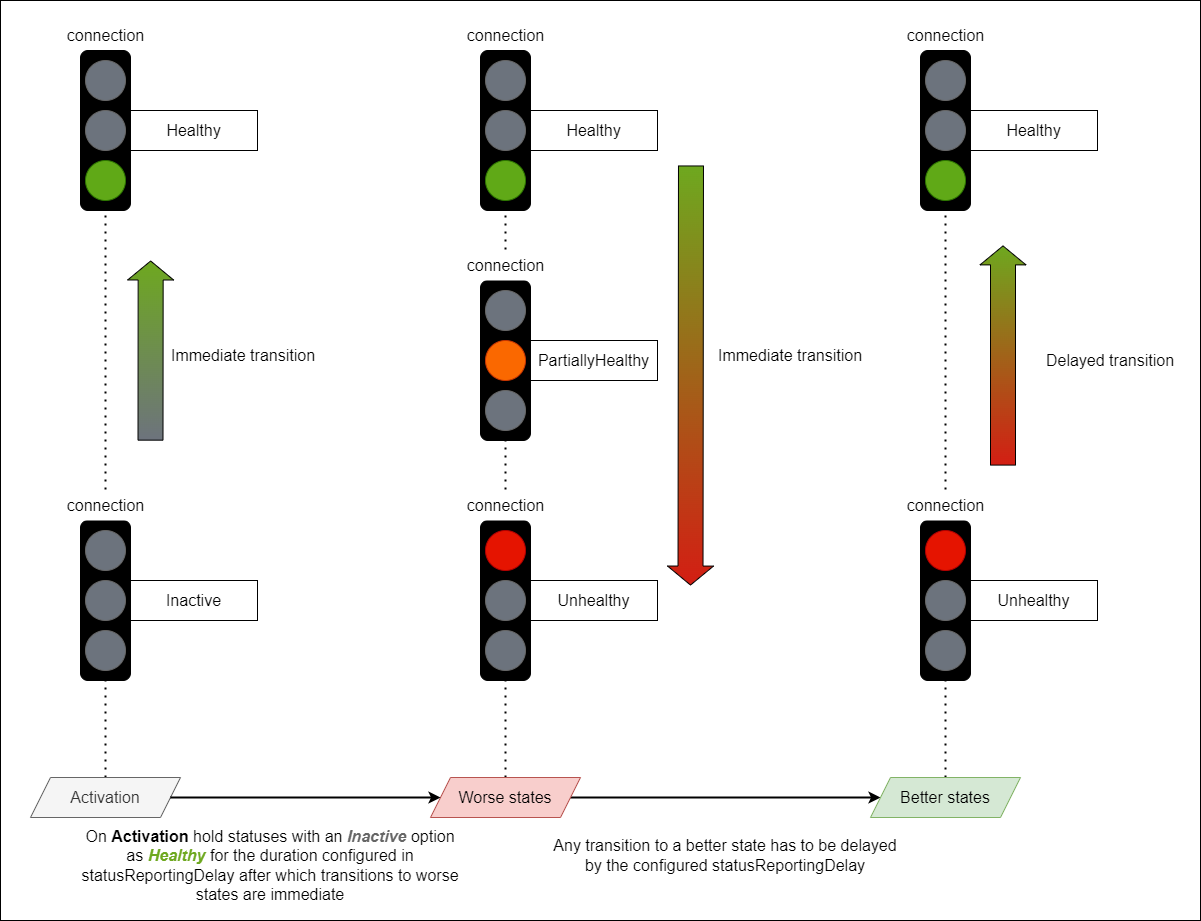
AMWA-TV/bcp-008-01 keeps this draw.io diagram as docs/images/status-reporting-delay.png. Above is the earlier version. Source tidied: cells renumbered, new cells last; positions are measured from the earlier drawing's top-left corner, leaving out a move shared by most shapes.
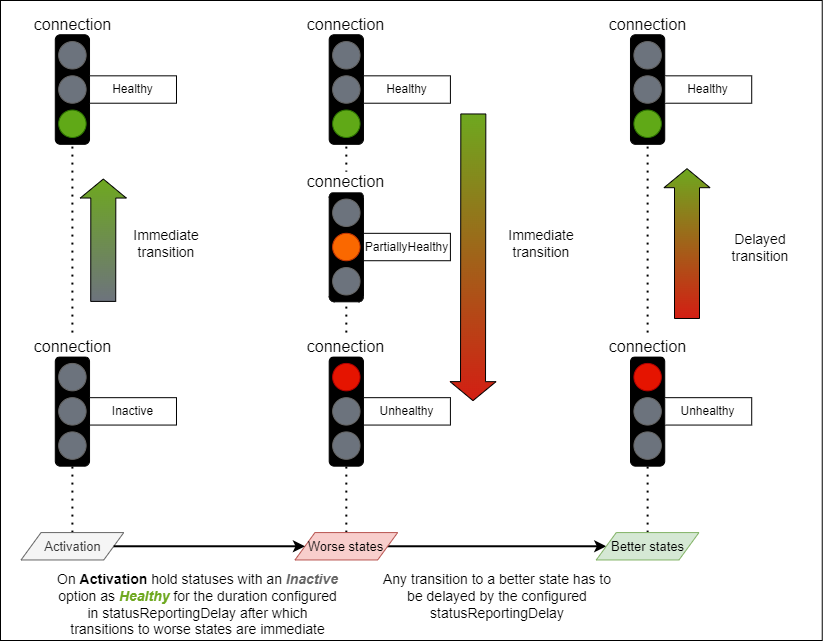
The same diagram one commit later.

Change to the diagram source:
```diff
@@ -5,3 +5,3 @@
     <mxCell id="2" style="rounded=0;whiteSpace=wrap;html=1;" parent="1" vertex="1">
-      <mxGeometry width="1200" height="920" as="geometry" />
+      <mxGeometry width="821.7" height="640" as="geometry" />
     </mxCell>
@@ -11,33 +11,33 @@
     <mxCell id="4" style="rounded=1;whiteSpace=wrap;html=1;fillColor=#000000;" parent="1" vertex="1">
-      <mxGeometry x="80" y="50" width="50" height="160" as="geometry" />
+      <mxGeometry x="54.8" y="34.2" width="34.2" height="109.6" as="geometry" />
     </mxCell>
     <mxCell id="5" style="ellipse;whiteSpace=wrap;html=1;fillColor=#6C737D;fontColor=#333333;strokeColor=#666666;" parent="1" vertex="1">
-      <mxGeometry x="85" y="60" width="40" height="40" as="geometry" />
+      <mxGeometry x="58.2" y="41.1" width="27.4" height="27.4" as="geometry" />
     </mxCell>
     <mxCell id="6" style="ellipse;whiteSpace=wrap;html=1;fillColor=#6C737D;fontColor=#333333;strokeColor=#666666;align=center;verticalAlign=middle;fontFamily=Helvetica;fontSize=12;" parent="1" vertex="1">
-      <mxGeometry x="85" y="110" width="40" height="40" as="geometry" />
+      <mxGeometry x="58.2" y="75.3" width="27.4" height="27.4" as="geometry" />
     </mxCell>
     <mxCell id="7" style="ellipse;whiteSpace=wrap;html=1;fillColor=#60a917;fontColor=#ffffff;strokeColor=#2D7600;align=center;verticalAlign=middle;fontFamily=Helvetica;fontSize=12;" parent="1" vertex="1">
-      <mxGeometry x="85" y="160" width="40" height="40" as="geometry" />
+      <mxGeometry x="58.2" y="109.6" width="27.4" height="27.4" as="geometry" />
     </mxCell>
     <mxCell id="8" value="connection" style="text;html=1;align=center;verticalAlign=middle;whiteSpace=wrap;rounded=0;fontSize=16;" parent="1" vertex="1">
-      <mxGeometry x="47.5" y="20" width="115" height="30" as="geometry" />
+      <mxGeometry x="32.5" y="13.7" width="78.8" height="20.5" as="geometry" />
     </mxCell>
-    <mxCell id="9" value="Healthy" style="rounded=0;whiteSpace=wrap;html=1;fontSize=16;" parent="1" vertex="1">
-      <mxGeometry x="130" y="110" width="127" height="40" as="geometry" />
+    <mxCell id="9" value="Healthy" style="rounded=0;whiteSpace=wrap;html=1;fontSize=12;" parent="1" vertex="1">
+      <mxGeometry x="89" y="75.3" width="87" height="27.4" as="geometry" />
     </mxCell>
     <mxCell id="10" style="rounded=1;whiteSpace=wrap;html=1;fillColor=#000000;" parent="1" vertex="1">
-      <mxGeometry x="80" y="520" width="50" height="160" as="geometry" />
+      <mxGeometry x="54.8" y="356.1" width="34.2" height="109.6" as="geometry" />
     </mxCell>
     <mxCell id="11" style="ellipse;whiteSpace=wrap;html=1;fillColor=#6C737D;fontColor=#333333;strokeColor=#666666;" parent="1" vertex="1">
-      <mxGeometry x="85" y="530" width="40" height="40" as="geometry" />
+      <mxGeometry x="58.2" y="362.9" width="27.4" height="27.4" as="geometry" />
     </mxCell>
     <mxCell id="12" style="ellipse;whiteSpace=wrap;html=1;fillColor=#6C737D;fontColor=#333333;strokeColor=#666666;align=center;verticalAlign=middle;fontFamily=Helvetica;fontSize=12;" parent="1" vertex="1">
-      <mxGeometry x="85" y="580" width="40" height="40" as="geometry" />
+      <mxGeometry x="58.2" y="397.2" width="27.4" height="27.4" as="geometry" />
     </mxCell>
     <mxCell id="13" style="ellipse;whiteSpace=wrap;html=1;fillColor=#6C737D;fontColor=#333333;strokeColor=#666666;align=center;verticalAlign=middle;fontFamily=Helvetica;fontSize=12;" parent="1" vertex="1">
-      <mxGeometry x="85" y="630" width="40" height="40" as="geometry" />
+      <mxGeometry x="58.2" y="431.4" width="27.4" height="27.4" as="geometry" />
     </mxCell>
-    <mxCell id="14" value="Inactive" style="rounded=0;whiteSpace=wrap;html=1;fontSize=16;" parent="1" vertex="1">
-      <mxGeometry x="130" y="580" width="127" height="40" as="geometry" />
+    <mxCell id="14" value="Inactive" style="rounded=0;whiteSpace=wrap;html=1;fontSize=12;" parent="1" vertex="1">
+      <mxGeometry x="89" y="397.2" width="87" height="27.4" as="geometry" />
     </mxCell>
@@ -45,14 +45,14 @@
       <mxGeometry relative="1" as="geometry">
-        <mxPoint x="150" y="440.1" as="sourcePoint" />
-        <mxPoint x="150.2" y="260" as="targetPoint" />
+        <mxPoint x="102.7" y="301.4" as="sourcePoint" />
+        <mxPoint x="102.8" y="178" as="targetPoint" />
       </mxGeometry>
     </mxCell>
-    <mxCell id="16" value="Immediate transition" style="text;html=1;align=center;verticalAlign=middle;whiteSpace=wrap;rounded=0;fontSize=16;" parent="1" vertex="1">
-      <mxGeometry x="162.5" y="340" width="160" height="30" as="geometry" />
+    <mxCell id="16" value="Immediate transition" style="text;html=1;align=center;verticalAlign=middle;whiteSpace=wrap;rounded=0;fontSize=14;" parent="1" vertex="1">
+      <mxGeometry x="111.3" y="232.8" width="109.6" height="20.5" as="geometry" />
     </mxCell>
     <mxCell id="17" value="connection" style="text;html=1;align=center;verticalAlign=middle;whiteSpace=wrap;rounded=0;fontSize=16;fillColor=default;" parent="1" vertex="1">
-      <mxGeometry x="47.5" y="490" width="115" height="30" as="geometry" />
+      <mxGeometry x="32.5" y="335.5" width="78.8" height="20.5" as="geometry" />
     </mxCell>
-    <mxCell id="18" value="Activation" style="shape=parallelogram;perimeter=parallelogramPerimeter;whiteSpace=wrap;html=1;fixedSize=1;fontSize=16;fillColor=#f5f5f5;strokeColor=#666666;fontColor=#333333;" parent="1" vertex="1">
-      <mxGeometry x="30" y="777" width="150" height="40" as="geometry" />
+    <mxCell id="18" value="Activation" style="shape=parallelogram;perimeter=parallelogramPerimeter;whiteSpace=wrap;html=1;fixedSize=1;fontSize=13;fillColor=#f5f5f5;strokeColor=#666666;fontColor=#333333;" parent="1" vertex="1">
+      <mxGeometry x="20.5" y="532.1" width="102.7" height="27.4" as="geometry" />
     </mxCell>
@@ -62,39 +62,39 @@
     <mxCell id="20" style="rounded=1;whiteSpace=wrap;html=1;fillColor=#000000;" parent="1" vertex="1">
-      <mxGeometry x="480" y="50" width="50" height="160" as="geometry" />
+      <mxGeometry x="328.7" y="34.2" width="34.2" height="109.6" as="geometry" />
     </mxCell>
     <mxCell id="21" style="ellipse;whiteSpace=wrap;html=1;fillColor=#6C737D;fontColor=#333333;strokeColor=#666666;" parent="1" vertex="1">
-      <mxGeometry x="485" y="60" width="40" height="40" as="geometry" />
+      <mxGeometry x="332.1" y="41.1" width="27.4" height="27.4" as="geometry" />
     </mxCell>
     <mxCell id="22" style="ellipse;whiteSpace=wrap;html=1;fillColor=#6C737D;fontColor=#333333;strokeColor=#666666;align=center;verticalAlign=middle;fontFamily=Helvetica;fontSize=12;" parent="1" vertex="1">
-      <mxGeometry x="485" y="110" width="40" height="40" as="geometry" />
+      <mxGeometry x="332.1" y="75.3" width="27.4" height="27.4" as="geometry" />
     </mxCell>
     <mxCell id="23" style="ellipse;whiteSpace=wrap;html=1;fillColor=#60a917;fontColor=#ffffff;strokeColor=#2D7600;align=center;verticalAlign=middle;fontFamily=Helvetica;fontSize=12;" parent="1" vertex="1">
-      <mxGeometry x="485" y="160" width="40" height="40" as="geometry" />
+      <mxGeometry x="332.1" y="109.6" width="27.4" height="27.4" as="geometry" />
     </mxCell>
     <mxCell id="24" value="connection" style="text;html=1;align=center;verticalAlign=middle;whiteSpace=wrap;rounded=0;fontSize=16;" parent="1" vertex="1">
-      <mxGeometry x="447.5" y="20" width="115" height="30" as="geometry" />
+      <mxGeometry x="306.4" y="13.7" width="78.8" height="20.5" as="geometry" />
     </mxCell>
-    <mxCell id="25" value="Healthy" style="rounded=0;whiteSpace=wrap;html=1;fontSize=16;" parent="1" vertex="1">
-      <mxGeometry x="530" y="110" width="127" height="40" as="geometry" />
+    <mxCell id="25" value="Healthy" style="rounded=0;whiteSpace=wrap;html=1;fontSize=12;" parent="1" vertex="1">
+      <mxGeometry x="362.9" y="75.3" width="87" height="27.4" as="geometry" />
     </mxCell>
     <mxCell id="26" style="rounded=1;whiteSpace=wrap;html=1;fillColor=#000000;" parent="1" vertex="1">
-      <mxGeometry x="480" y="520" width="50" height="160" as="geometry" />
+      <mxGeometry x="328.7" y="356.1" width="34.2" height="109.6" as="geometry" />
     </mxCell>
     <mxCell id="27" style="ellipse;whiteSpace=wrap;html=1;fillColor=#e51400;fontColor=#ffffff;strokeColor=#B20000;" parent="1" vertex="1">
-      <mxGeometry x="485" y="530" width="40" height="40" as="geometry" />
+      <mxGeometry x="332.1" y="362.9" width="27.4" height="27.4" as="geometry" />
     </mxCell>
     <mxCell id="28" style="ellipse;whiteSpace=wrap;html=1;fillColor=#6C737D;fontColor=#333333;strokeColor=#666666;align=center;verticalAlign=middle;fontFamily=Helvetica;fontSize=12;" parent="1" vertex="1">
-      <mxGeometry x="485" y="580" width="40" height="40" as="geometry" />
+      <mxGeometry x="332.1" y="397.2" width="27.4" height="27.4" as="geometry" />
     </mxCell>
     <mxCell id="29" style="ellipse;whiteSpace=wrap;html=1;fillColor=#6C737D;fontColor=#333333;strokeColor=#666666;align=center;verticalAlign=middle;fontFamily=Helvetica;fontSize=12;" parent="1" vertex="1">
-      <mxGeometry x="485" y="630" width="40" height="40" as="geometry" />
+      <mxGeometry x="332.1" y="431.4" width="27.4" height="27.4" as="geometry" />
     </mxCell>
-    <mxCell id="30" value="Unhealthy" style="rounded=0;whiteSpace=wrap;html=1;fontSize=16;" parent="1" vertex="1">
-      <mxGeometry x="530" y="580" width="127" height="40" as="geometry" />
+    <mxCell id="30" value="Unhealthy" style="rounded=0;whiteSpace=wrap;html=1;fontSize=12;" parent="1" vertex="1">
+      <mxGeometry x="362.9" y="397.2" width="87" height="27.4" as="geometry" />
     </mxCell>
-    <mxCell id="31" value="Immediate transition" style="text;html=1;align=center;verticalAlign=middle;whiteSpace=wrap;rounded=0;fontSize=16;" parent="1" vertex="1">
-      <mxGeometry x="710" y="340" width="160" height="30" as="geometry" />
+    <mxCell id="31" value="Immediate transition" style="text;html=1;align=center;verticalAlign=middle;whiteSpace=wrap;rounded=0;fontSize=14;" parent="1" vertex="1">
+      <mxGeometry x="486.2" y="232.8" width="109.6" height="20.5" as="geometry" />
     </mxCell>
     <mxCell id="32" value="connection" style="text;html=1;align=center;verticalAlign=middle;whiteSpace=wrap;rounded=0;fontSize=16;fillColor=default;" parent="1" vertex="1">
-      <mxGeometry x="447.5" y="490" width="115" height="30" as="geometry" />
+      <mxGeometry x="306.4" y="335.5" width="78.8" height="20.5" as="geometry" />
     </mxCell>
@@ -103,4 +103,4 @@
     </mxCell>
-    <mxCell id="34" value="Worse states" style="shape=parallelogram;perimeter=parallelogramPerimeter;whiteSpace=wrap;html=1;fixedSize=1;fontSize=16;fillColor=#f8cecc;strokeColor=#b85450;" parent="1" vertex="1">
-      <mxGeometry x="430" y="777" width="150" height="40" as="geometry" />
+    <mxCell id="34" value="Worse states" style="shape=parallelogram;perimeter=parallelogramPerimeter;whiteSpace=wrap;html=1;fixedSize=1;fontSize=13;fillColor=#f8cecc;strokeColor=#b85450;" parent="1" vertex="1">
+      <mxGeometry x="294.5" y="532.1" width="102.7" height="27.4" as="geometry" />
     </mxCell>
@@ -109,4 +109,4 @@
     </mxCell>
-    <mxCell id="36" value="On &lt;b&gt;Activation &lt;/b&gt;hold statuses with an &lt;font color=&quot;#666666&quot;&gt;&lt;b&gt;&lt;i&gt;Inactive &lt;/i&gt;&lt;/b&gt;&lt;/font&gt;option as &lt;font color=&quot;#6ea81f&quot;&gt;&lt;i&gt;&lt;b&gt;Healthy&lt;/b&gt; &lt;/i&gt;&lt;/font&gt;for the duration configured in statusReportingDelay after which transitions to worse states are immediate" style="text;html=1;align=center;verticalAlign=middle;whiteSpace=wrap;rounded=0;fontSize=16;" parent="1" vertex="1">
-      <mxGeometry x="80" y="830" width="380" height="70" as="geometry" />
+    <mxCell id="36" value="&lt;font&gt;On &lt;b&gt;Activation &lt;/b&gt;hold statuses with an &lt;font color=&quot;#666666&quot;&gt;&lt;b&gt;&lt;i&gt;Inactive &lt;/i&gt;&lt;/b&gt;&lt;/font&gt;option as &lt;font color=&quot;#6ea81f&quot;&gt;&lt;i&gt;&lt;b&gt;Healthy&lt;/b&gt; &lt;/i&gt;&lt;/font&gt;for the duration configured in statusReportingDelay after which transitions to worse states are immediate&lt;/font&gt;" style="text;html=1;align=center;verticalAlign=middle;whiteSpace=wrap;rounded=0;fontSize=14;" parent="1" vertex="1">
+      <mxGeometry x="54.8" y="568.4" width="285.2" height="71.6" as="geometry" />
     </mxCell>
@@ -114,4 +114,4 @@
       <mxGeometry relative="1" as="geometry">
-        <mxPoint x="690.5" y="164.9" as="sourcePoint" />
-        <mxPoint x="690" y="585" as="targetPoint" />
+        <mxPoint x="472.8" y="113" as="sourcePoint" />
+        <mxPoint x="472.5" y="400.6" as="targetPoint" />
       </mxGeometry>
@@ -119,18 +119,18 @@
     <mxCell id="38" style="rounded=1;whiteSpace=wrap;html=1;fillColor=#000000;" parent="1" vertex="1">
-      <mxGeometry x="480" y="280" width="50" height="160" as="geometry" />
+      <mxGeometry x="328.7" y="191.7" width="34.2" height="109.6" as="geometry" />
     </mxCell>
     <mxCell id="39" style="ellipse;whiteSpace=wrap;html=1;fillColor=#6C737D;fontColor=#333333;strokeColor=#666666;" parent="1" vertex="1">
-      <mxGeometry x="485" y="290" width="40" height="40" as="geometry" />
+      <mxGeometry x="332.1" y="198.6" width="27.4" height="27.4" as="geometry" />
     </mxCell>
     <mxCell id="40" style="ellipse;whiteSpace=wrap;html=1;fillColor=#fa6800;fontColor=#000000;strokeColor=#C73500;align=center;verticalAlign=middle;fontFamily=Helvetica;fontSize=12;" parent="1" vertex="1">
-      <mxGeometry x="485" y="340" width="40" height="40" as="geometry" />
+      <mxGeometry x="332.1" y="232.8" width="27.4" height="27.4" as="geometry" />
     </mxCell>
     <mxCell id="41" style="ellipse;whiteSpace=wrap;html=1;fillColor=#6C737D;fontColor=#333333;strokeColor=#666666;align=center;verticalAlign=middle;fontFamily=Helvetica;fontSize=12;" parent="1" vertex="1">
-      <mxGeometry x="485" y="390" width="40" height="40" as="geometry" />
+      <mxGeometry x="332.1" y="267.1" width="27.4" height="27.4" as="geometry" />
     </mxCell>
     <mxCell id="42" value="connection" style="text;html=1;align=center;verticalAlign=middle;whiteSpace=wrap;rounded=0;fontSize=16;fillColor=default;" parent="1" vertex="1">
-      <mxGeometry x="447.5" y="250" width="115" height="30" as="geometry" />
+      <mxGeometry x="306.4" y="171.2" width="78.8" height="20.5" as="geometry" />
     </mxCell>
-    <mxCell id="43" value="PartiallyHealthy" style="rounded=0;whiteSpace=wrap;html=1;fontSize=16;" parent="1" vertex="1">
-      <mxGeometry x="530" y="340" width="127" height="40" as="geometry" />
+    <mxCell id="43" value="PartiallyHealthy" style="rounded=0;whiteSpace=wrap;html=1;fontSize=12;" parent="1" vertex="1">
+      <mxGeometry x="362.9" y="232.8" width="87" height="27.4" as="geometry" />
     </mxCell>
@@ -140,42 +140,42 @@
     <mxCell id="45" style="rounded=1;whiteSpace=wrap;html=1;fillColor=#000000;" parent="1" vertex="1">
-      <mxGeometry x="920" y="50" width="50" height="160" as="geometry" />
+      <mxGeometry x="630" y="34.2" width="34.2" height="109.6" as="geometry" />
     </mxCell>
     <mxCell id="46" style="ellipse;whiteSpace=wrap;html=1;fillColor=#6C737D;fontColor=#333333;strokeColor=#666666;" parent="1" vertex="1">
-      <mxGeometry x="925" y="60" width="40" height="40" as="geometry" />
+      <mxGeometry x="633.4" y="41.1" width="27.4" height="27.4" as="geometry" />
     </mxCell>
     <mxCell id="47" style="ellipse;whiteSpace=wrap;html=1;fillColor=#6C737D;fontColor=#333333;strokeColor=#666666;align=center;verticalAlign=middle;fontFamily=Helvetica;fontSize=12;" parent="1" vertex="1">
-      <mxGeometry x="925" y="110" width="40" height="40" as="geometry" />
+      <mxGeometry x="633.4" y="75.3" width="27.4" height="27.4" as="geometry" />
     </mxCell>
     <mxCell id="48" style="ellipse;whiteSpace=wrap;html=1;fillColor=#60a917;fontColor=#ffffff;strokeColor=#2D7600;align=center;verticalAlign=middle;fontFamily=Helvetica;fontSize=12;" parent="1" vertex="1">
-      <mxGeometry x="925" y="160" width="40" height="40" as="geometry" />
+      <mxGeometry x="633.4" y="109.6" width="27.4" height="27.4" as="geometry" />
     </mxCell>
     <mxCell id="49" value="connection" style="text;html=1;align=center;verticalAlign=middle;whiteSpace=wrap;rounded=0;fontSize=16;" parent="1" vertex="1">
-      <mxGeometry x="887.5" y="20" width="115" height="30" as="geometry" />
+      <mxGeometry x="607.7" y="13.7" width="78.8" height="20.5" as="geometry" />
     </mxCell>
-    <mxCell id="50" value="Healthy" style="rounded=0;whiteSpace=wrap;html=1;fontSize=16;" parent="1" vertex="1">
-      <mxGeometry x="970" y="110" width="127" height="40" as="geometry" />
+    <mxCell id="50" value="Healthy" style="rounded=0;whiteSpace=wrap;html=1;fontSize=12;" parent="1" vertex="1">
+      <mxGeometry x="664.2" y="75.3" width="87" height="27.4" as="geometry" />
     </mxCell>
     <mxCell id="51" style="rounded=1;whiteSpace=wrap;html=1;fillColor=#000000;" parent="1" vertex="1">
-      <mxGeometry x="920" y="520" width="50" height="160" as="geometry" />
+      <mxGeometry x="630" y="356.1" width="34.2" height="109.6" as="geometry" />
     </mxCell>
     <mxCell id="52" style="ellipse;whiteSpace=wrap;html=1;fillColor=#e51400;fontColor=#ffffff;strokeColor=#B20000;" parent="1" vertex="1">
-      <mxGeometry x="925" y="530" width="40" height="40" as="geometry" />
+      <mxGeometry x="633.4" y="362.9" width="27.4" height="27.4" as="geometry" />
     </mxCell>
     <mxCell id="53" style="ellipse;whiteSpace=wrap;html=1;fillColor=#6C737D;fontColor=#333333;strokeColor=#666666;align=center;verticalAlign=middle;fontFamily=Helvetica;fontSize=12;" parent="1" vertex="1">
-      <mxGeometry x="925" y="580" width="40" height="40" as="geometry" />
+      <mxGeometry x="633.4" y="397.2" width="27.4" height="27.4" as="geometry" />
     </mxCell>
     <mxCell id="54" style="ellipse;whiteSpace=wrap;html=1;fillColor=#6C737D;fontColor=#333333;strokeColor=#666666;align=center;verticalAlign=middle;fontFamily=Helvetica;fontSize=12;" parent="1" vertex="1">
-      <mxGeometry x="925" y="630" width="40" height="40" as="geometry" />
+      <mxGeometry x="633.4" y="431.4" width="27.4" height="27.4" as="geometry" />
     </mxCell>
-    <mxCell id="55" value="Unhealthy" style="rounded=0;whiteSpace=wrap;html=1;fontSize=16;" parent="1" vertex="1">
-      <mxGeometry x="970" y="580" width="127" height="40" as="geometry" />
+    <mxCell id="55" value="Unhealthy" style="rounded=0;whiteSpace=wrap;html=1;fontSize=12;" parent="1" vertex="1">
+      <mxGeometry x="664.2" y="397.2" width="87" height="27.4" as="geometry" />
     </mxCell>
     <mxCell id="56" value="connection" style="text;html=1;align=center;verticalAlign=middle;whiteSpace=wrap;rounded=0;fontSize=16;fillColor=default;" parent="1" vertex="1">
-      <mxGeometry x="887.5" y="490" width="115" height="30" as="geometry" />
+      <mxGeometry x="607.7" y="335.5" width="78.8" height="20.5" as="geometry" />
     </mxCell>
-    <mxCell id="57" value="Better states" style="shape=parallelogram;perimeter=parallelogramPerimeter;whiteSpace=wrap;html=1;fixedSize=1;fontSize=16;fillColor=#d5e8d4;strokeColor=#82b366;" parent="1" vertex="1">
-      <mxGeometry x="870" y="777" width="150" height="40" as="geometry" />
+    <mxCell id="57" value="Better states" style="shape=parallelogram;perimeter=parallelogramPerimeter;whiteSpace=wrap;html=1;fixedSize=1;fontSize=13;fillColor=#d5e8d4;strokeColor=#82b366;" parent="1" vertex="1">
+      <mxGeometry x="595.8" y="532.1" width="102.7" height="27.4" as="geometry" />
     </mxCell>
-    <mxCell id="58" value="Any transition to a better state has to be delayed by the configured statusReportingDelay" style="text;html=1;align=center;verticalAlign=middle;whiteSpace=wrap;rounded=0;fontSize=16;" parent="1" vertex="1">
-      <mxGeometry x="550" y="820" width="350" height="70" as="geometry" />
+    <mxCell id="58" value="Any transition to a better state has to be delayed by the configured statusReportingDelay" style="text;html=1;align=center;verticalAlign=middle;whiteSpace=wrap;rounded=0;fontSize=14;" parent="1" vertex="1">
+      <mxGeometry x="376.6" y="572" width="239.7" height="47.9" as="geometry" />
     </mxCell>
@@ -183,8 +183,8 @@
       <mxGeometry relative="1" as="geometry">
-        <mxPoint x="1002.5" y="465.1" as="sourcePoint" />
-        <mxPoint x="1002.5" y="244.9" as="targetPoint" />
+        <mxPoint x="686.5" y="318.5" as="sourcePoint" />
+        <mxPoint x="686.5" y="167.7" as="targetPoint" />
       </mxGeometry>
     </mxCell>
-    <mxCell id="60" value="Delayed transition" style="text;html=1;align=center;verticalAlign=middle;whiteSpace=wrap;rounded=0;fontSize=16;" parent="1" vertex="1">
-      <mxGeometry x="1030" y="345" width="160" height="30" as="geometry" />
+    <mxCell id="60" value="Delayed transition" style="text;html=1;align=center;verticalAlign=middle;whiteSpace=wrap;rounded=0;fontSize=14;" parent="1" vertex="1">
+      <mxGeometry x="705.3" y="236.2" width="109.6" height="20.5" as="geometry" />
     </mxCell>
```
